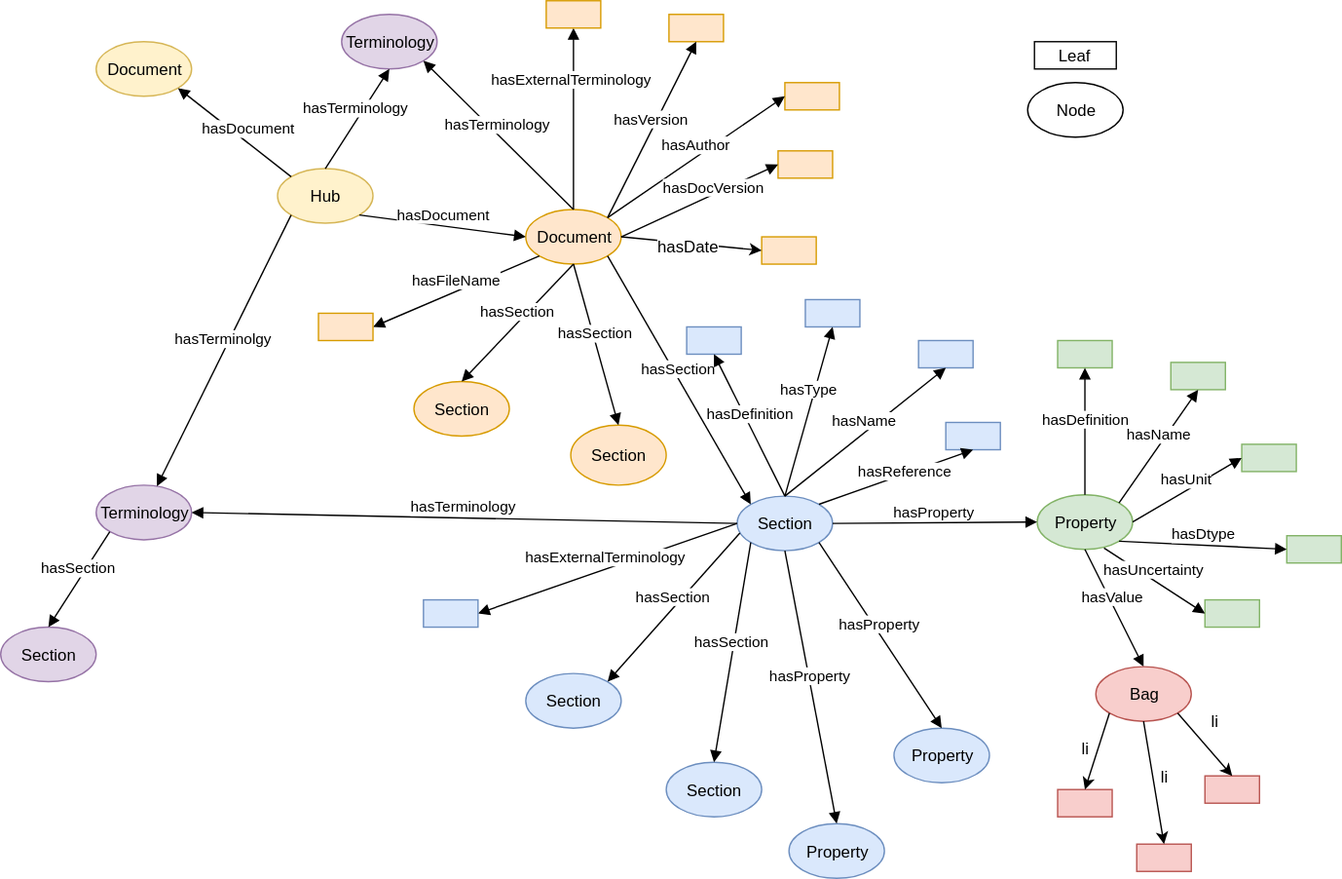
Earlier version of the draw.io export odML/flowcharts/odml_RDF_graph_wo_card.svg (mpsonntag/prodoc). Source tidied: cells renumbered, new cells last; positions are measured from the earlier drawing's top-left corner, leaving out a move shared by most shapes.
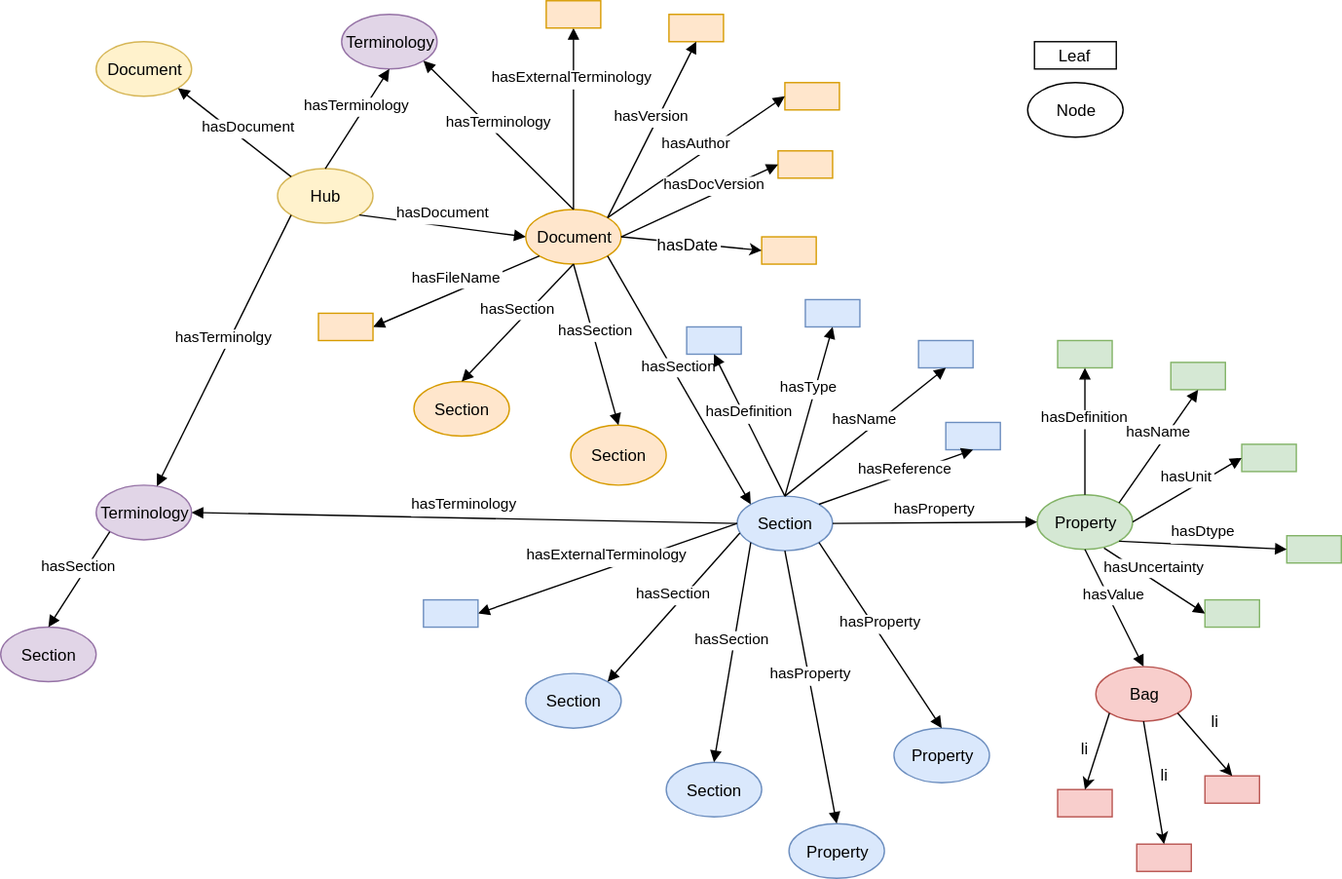
The same diagram one commit later.

Commit message:
[odml:2rdf] update wo card schema

What changed in the source:
```diff
@@ -74,10 +74,10 @@
     <mxCell id="25" style="html=1;fillColor=#d5e8d4;strokeColor=#82b366;" parent="1" vertex="1">
       <mxGeometry x="775" y="249" width="40" height="20" as="geometry" />
     </mxCell>
-    <mxCell id="26" value="hasDefinition" style="html=1;verticalAlign=bottom;endArrow=block;entryX=0.5;entryY=1;exitX=0.5;exitY=0;" parent="1" edge="1" source="12" target="25">
+    <mxCell id="26" value="hasDefinition" style="verticalAlign=bottom;endArrow=block;entryX=0.5;entryY=1;exitX=0.5;exitY=0;" parent="1" edge="1" source="12" target="25">
       <mxGeometry relative="1" as="geometry" />
     </mxCell>
-    <mxCell id="27" value="hasName" style="html=1;verticalAlign=bottom;endArrow=block;entryX=0.5;entryY=1;exitX=1;exitY=0;" parent="1" edge="1" source="12" target="24">
+    <mxCell id="27" value="hasName" style="verticalAlign=bottom;endArrow=block;entryX=0.5;entryY=1;exitX=1;exitY=0;" parent="1" edge="1" source="12" target="24">
       <mxGeometry relative="1" as="geometry" />
     </mxCell>
     <mxCell id="28" value="Leaf" style="html=1;" parent="1" vertex="1">
@@ -86,76 +86,76 @@
     <mxCell id="29" value="Node" style="ellipse;whiteSpace=wrap;html=1;" parent="1" vertex="1">
       <mxGeometry x="753" y="60" width="70" height="40" as="geometry" />
     </mxCell>
-    <mxCell id="30" value="hasValue" style="html=1;verticalAlign=bottom;endArrow=block;entryX=0.5;entryY=0;exitX=0.5;exitY=1;" parent="1" edge="1" source="12" target="57">
+    <mxCell id="30" value="hasValue" style="verticalAlign=bottom;endArrow=block;entryX=0.5;entryY=0;exitX=0.5;exitY=1;" parent="1" edge="1" source="12" target="57">
       <mxGeometry relative="1" as="geometry" />
     </mxCell>
-    <mxCell id="31" value="hasUnit" style="html=1;verticalAlign=bottom;endArrow=block;entryX=0;entryY=0.5;exitX=1;exitY=0.5;" parent="1" edge="1" source="12" target="15">
+    <mxCell id="31" value="hasUnit" style="verticalAlign=bottom;endArrow=block;entryX=0;entryY=0.5;exitX=1;exitY=0.5;" parent="1" edge="1" source="12" target="15">
       <mxGeometry relative="1" as="geometry" />
     </mxCell>
-    <mxCell id="32" value="hasUncertainty" style="html=1;verticalAlign=bottom;endArrow=block;exitX=0.7;exitY=0.975;entryX=0;entryY=0.5;exitPerimeter=0;fillColor=#ffffff;strokeColor=#000000;" parent="1" edge="1" source="12" target="16">
+    <mxCell id="32" value="hasUncertainty" style="verticalAlign=bottom;endArrow=block;exitX=0.7;exitY=0.975;entryX=0;entryY=0.5;exitPerimeter=0;fillColor=#ffffff;strokeColor=#000000;" parent="1" edge="1" source="12" target="16">
       <mxGeometry relative="1" as="geometry" />
     </mxCell>
-    <mxCell id="33" value="hasDtype" style="html=1;verticalAlign=bottom;endArrow=block;exitX=1;exitY=1;entryX=0;entryY=0.5;" parent="1" edge="1" source="12" target="17">
+    <mxCell id="33" value="hasDtype" style="verticalAlign=bottom;endArrow=block;exitX=1;exitY=1;entryX=0;entryY=0.5;" parent="1" edge="1" source="12" target="17">
       <mxGeometry relative="1" as="geometry" />
     </mxCell>
-    <mxCell id="34" value="hasProperty" style="html=1;verticalAlign=bottom;endArrow=block;exitX=1;exitY=1;entryX=0.5;entryY=0;" parent="1" edge="1" source="6" target="13">
+    <mxCell id="34" value="hasProperty" style="verticalAlign=bottom;endArrow=block;exitX=1;exitY=1;entryX=0.5;entryY=0;" parent="1" edge="1" source="6" target="13">
       <mxGeometry relative="1" as="geometry" />
     </mxCell>
-    <mxCell id="35" value="hasProperty" style="html=1;verticalAlign=bottom;endArrow=block;exitX=1;exitY=0.5;entryX=0;entryY=0.5;" parent="1" edge="1" source="6" target="12">
+    <mxCell id="35" value="hasProperty" style="verticalAlign=bottom;endArrow=block;exitX=1;exitY=0.5;entryX=0;entryY=0.5;" parent="1" edge="1" source="6" target="12">
       <mxGeometry relative="1" as="geometry" />
     </mxCell>
-    <mxCell id="36" value="hasProperty" style="html=1;verticalAlign=bottom;endArrow=block;exitX=0.5;exitY=1;entryX=0.5;entryY=0;" parent="1" edge="1" source="6" target="14">
+    <mxCell id="36" value="hasProperty" style="verticalAlign=bottom;endArrow=block;exitX=0.5;exitY=1;entryX=0.5;entryY=0;" parent="1" edge="1" source="6" target="14">
       <mxGeometry relative="1" as="geometry" />
     </mxCell>
-    <mxCell id="37" value="hasSection" style="html=1;verticalAlign=bottom;endArrow=block;exitX=0;exitY=1;entryX=0.5;entryY=0;" parent="1" edge="1" source="6" target="5">
+    <mxCell id="37" value="hasSection" style="verticalAlign=bottom;endArrow=block;exitX=0;exitY=1;entryX=0.5;entryY=0;" parent="1" edge="1" source="6" target="5">
       <mxGeometry relative="1" as="geometry" />
     </mxCell>
-    <mxCell id="38" value="hasSection" style="html=1;verticalAlign=bottom;endArrow=block;exitX=0.029;exitY=0.675;entryX=1;entryY=0;exitPerimeter=0;" parent="1" edge="1" source="6" target="11">
+    <mxCell id="38" value="hasSection" style="verticalAlign=bottom;endArrow=block;exitX=0.029;exitY=0.675;entryX=1;entryY=0;exitPerimeter=0;" parent="1" edge="1" source="6" target="11">
       <mxGeometry relative="1" as="geometry" />
     </mxCell>
-    <mxCell id="39" value="hasSection" style="html=1;verticalAlign=bottom;endArrow=block;exitX=1;exitY=1;entryX=0;entryY=0;" parent="1" edge="1" source="3" target="6">
+    <mxCell id="39" value="hasSection" style="verticalAlign=bottom;endArrow=block;exitX=1;exitY=1;entryX=0;entryY=0;" parent="1" edge="1" source="3" target="6">
       <mxGeometry relative="1" as="geometry" />
     </mxCell>
-    <mxCell id="40" value="hasSection" style="html=1;verticalAlign=bottom;endArrow=block;exitX=0.5;exitY=1;entryX=0.5;entryY=0;" parent="1" edge="1" source="3" target="7">
+    <mxCell id="40" value="hasSection" style="verticalAlign=bottom;endArrow=block;exitX=0.5;exitY=1;entryX=0.5;entryY=0;" parent="1" edge="1" source="3" target="7">
       <mxGeometry relative="1" as="geometry" />
     </mxCell>
-    <mxCell id="41" value="hasSection" style="html=1;verticalAlign=bottom;endArrow=block;exitX=0.5;exitY=1;entryX=0.5;entryY=0;" parent="1" edge="1" source="3" target="4">
+    <mxCell id="41" value="hasSection" style="verticalAlign=bottom;endArrow=block;exitX=0.5;exitY=1;entryX=0.5;entryY=0;" parent="1" edge="1" source="3" target="4">
       <mxGeometry relative="1" as="geometry" />
     </mxCell>
-    <mxCell id="42" value="hasDocument" style="html=1;verticalAlign=bottom;endArrow=block;exitX=1;exitY=1;entryX=0;entryY=0.5;" parent="1" edge="1" source="2" target="3">
+    <mxCell id="42" value="hasDocument" style="verticalAlign=bottom;endArrow=block;exitX=1;exitY=1;entryX=0;entryY=0.5;" parent="1" edge="1" source="2" target="3">
       <mxGeometry relative="1" as="geometry" />
     </mxCell>
-    <mxCell id="43" value="hasDocument" style="html=1;verticalAlign=bottom;endArrow=block;exitX=0;exitY=0;entryX=1;entryY=1;" parent="1" edge="1" source="2" target="9">
+    <mxCell id="43" value="hasDocument" style="verticalAlign=bottom;endArrow=block;exitX=0;exitY=0;entryX=1;entryY=1;" parent="1" edge="1" source="2" target="9">
       <mxGeometry x="-0.23" y="-2" relative="1" as="geometry" />
     </mxCell>
-    <mxCell id="44" value="hasTerminolgy" style="html=1;verticalAlign=bottom;endArrow=block;exitX=0;exitY=1;" parent="1" edge="1" source="2" target="10">
+    <mxCell id="44" value="hasTerminolgy" style="verticalAlign=bottom;endArrow=block;exitX=0;exitY=1;" parent="1" edge="1" source="2" target="10">
       <mxGeometry relative="1" as="geometry" />
     </mxCell>
-    <mxCell id="45" value="hasTerminology" style="html=1;verticalAlign=bottom;endArrow=block;exitX=0.5;exitY=0;entryX=0.5;entryY=1;" parent="1" edge="1" source="2" target="8">
+    <mxCell id="45" value="hasTerminology" style="verticalAlign=bottom;endArrow=block;exitX=0.5;exitY=0;entryX=0.5;entryY=1;" parent="1" edge="1" source="2" target="8">
       <mxGeometry relative="1" as="geometry" />
     </mxCell>
-    <mxCell id="46" value="hasVersion" style="html=1;verticalAlign=bottom;endArrow=block;entryX=0.5;entryY=1;exitX=1;exitY=0;" parent="1" edge="1" source="3" target="19">
+    <mxCell id="46" value="hasVersion" style="verticalAlign=bottom;endArrow=block;entryX=0.5;entryY=1;exitX=1;exitY=0;" parent="1" edge="1" source="3" target="19">
       <mxGeometry relative="1" as="geometry" />
     </mxCell>
-    <mxCell id="47" value="hasAuthor" style="html=1;verticalAlign=bottom;endArrow=block;entryX=0;entryY=0.5;exitX=1;exitY=0;" parent="1" edge="1" source="3" target="22">
+    <mxCell id="47" value="hasAuthor" style="verticalAlign=bottom;endArrow=block;entryX=0;entryY=0.5;exitX=1;exitY=0;" parent="1" edge="1" source="3" target="22">
       <mxGeometry relative="1" as="geometry" />
     </mxCell>
-    <mxCell id="48" value="hasDocVersion" style="html=1;verticalAlign=bottom;endArrow=block;entryX=0;entryY=0.5;exitX=1;exitY=0.5;" parent="1" edge="1" source="3" target="21">
+    <mxCell id="48" value="hasDocVersion" style="verticalAlign=bottom;endArrow=block;entryX=0;entryY=0.5;exitX=1;exitY=0.5;" parent="1" edge="1" source="3" target="21">
       <mxGeometry x="0.18" y="-3" relative="1" as="geometry" />
     </mxCell>
-    <mxCell id="49" value="hasTerminology" style="html=1;verticalAlign=bottom;endArrow=block;entryX=1;entryY=1;exitX=0.5;exitY=0;" parent="1" edge="1" source="3" target="8">
+    <mxCell id="49" value="hasTerminology" style="verticalAlign=bottom;endArrow=block;entryX=1;entryY=1;exitX=0.5;exitY=0;" parent="1" edge="1" source="3" target="8">
       <mxGeometry relative="1" as="geometry" />
     </mxCell>
-    <mxCell id="50" value="hasDefinition" style="html=1;verticalAlign=bottom;endArrow=block;entryX=0.5;entryY=1;exitX=0.5;exitY=0;" parent="1" edge="1" source="6" target="23">
+    <mxCell id="50" value="hasDefinition" style="verticalAlign=bottom;endArrow=block;entryX=0.5;entryY=1;exitX=0.5;exitY=0;" parent="1" edge="1" source="6" target="23">
       <mxGeometry relative="1" as="geometry" />
     </mxCell>
-    <mxCell id="51" value="hasType" style="html=1;verticalAlign=bottom;endArrow=block;entryX=0.5;entryY=1;exitX=0.5;exitY=0;" parent="1" edge="1" source="6" target="18">
+    <mxCell id="51" value="hasType" style="verticalAlign=bottom;endArrow=block;entryX=0.5;entryY=1;exitX=0.5;exitY=0;" parent="1" edge="1" source="6" target="18">
       <mxGeometry x="0.12" y="2" relative="1" as="geometry" />
     </mxCell>
-    <mxCell id="52" value="hasReference" style="html=1;verticalAlign=bottom;endArrow=block;entryX=0.5;entryY=1;exitX=1;exitY=0;" parent="1" edge="1" source="6" target="20">
+    <mxCell id="52" value="hasReference" style="verticalAlign=bottom;endArrow=block;entryX=0.5;entryY=1;exitX=1;exitY=0;" parent="1" edge="1" source="6" target="20">
       <mxGeometry x="0.08" y="-6" relative="1" as="geometry" />
     </mxCell>
-    <mxCell id="53" value="hasTerminology" style="html=1;verticalAlign=bottom;endArrow=block;entryX=1;entryY=0.5;exitX=0;exitY=0.5;" parent="1" edge="1" source="6" target="10">
+    <mxCell id="53" value="hasTerminology" style="verticalAlign=bottom;endArrow=block;entryX=1;entryY=0.5;exitX=0;exitY=0.5;" parent="1" edge="1" source="6" target="10">
       <mxGeometry relative="1" as="geometry" />
     </mxCell>
     <mxCell id="54" style="html=1;fillColor=#ffe6cc;strokeColor=#d79b00;" parent="1" vertex="1">
@@ -164,7 +164,7 @@
     <mxCell id="55" style="endArrow=classic;html=1;exitX=1;exitY=0.5;entryX=0;entryY=0.5;" parent="1" edge="1" source="3" target="54">
       <mxGeometry relative="1" as="geometry" />
     </mxCell>
-    <mxCell id="56" value="hasDate" style="text;html=1;align=center;verticalAlign=middle;labelBackgroundColor=#ffffff;" parent="55" vertex="1">
+    <mxCell id="56" value="hasDate" style="text;align=center;verticalAlign=middle;labelBackgroundColor=#ffffff;" parent="55" vertex="1">
       <mxGeometry x="0.44" y="-1" relative="1" as="geometry">
         <mxPoint x="-26" y="-2" as="offset" />
       </mxGeometry>
@@ -184,7 +184,7 @@
     <mxCell id="61" style="endArrow=classic;html=1;exitX=0;exitY=1;entryX=0.5;entryY=0;" parent="1" edge="1" source="57" target="58">
       <mxGeometry relative="1" as="geometry" />
     </mxCell>
-    <mxCell id="62" value="li" style="text;html=1;align=center;verticalAlign=middle;labelBackgroundColor=#ffffff;" parent="61" vertex="1">
+    <mxCell id="62" value="li" style="text;align=center;verticalAlign=middle;labelBackgroundColor=#ffffff;" parent="61" vertex="1">
       <mxGeometry x="0.34" y="3" relative="1" as="geometry">
         <mxPoint x="-9" y="-13" as="offset" />
       </mxGeometry>
@@ -192,7 +192,7 @@
     <mxCell id="63" style="endArrow=classic;html=1;exitX=0.5;exitY=1;entryX=0.5;entryY=0;" parent="1" edge="1" source="57" target="59">
       <mxGeometry relative="1" as="geometry" />
     </mxCell>
-    <mxCell id="64" value="li" style="text;html=1;align=center;verticalAlign=middle;labelBackgroundColor=#ffffff;" parent="63" vertex="1">
+    <mxCell id="64" value="li" style="text;align=center;verticalAlign=middle;labelBackgroundColor=#ffffff;" parent="63" vertex="1">
       <mxGeometry x="0.34" y="3" relative="1" as="geometry">
         <mxPoint x="2" y="-20" as="offset" />
       </mxGeometry>
@@ -200,7 +200,7 @@
     <mxCell id="65" style="endArrow=classic;html=1;exitX=1;exitY=1;entryX=0.5;entryY=0;" parent="1" edge="1" source="57" target="60">
       <mxGeometry relative="1" as="geometry" />
     </mxCell>
-    <mxCell id="66" value="li" style="text;html=1;align=center;verticalAlign=middle;labelBackgroundColor=#ffffff;" parent="65" vertex="1">
+    <mxCell id="66" value="li" style="text;align=center;verticalAlign=middle;labelBackgroundColor=#ffffff;" parent="65" vertex="1">
       <mxGeometry x="0.34" y="3" relative="1" as="geometry">
         <mxPoint x="-2" y="-23" as="offset" />
       </mxGeometry>
@@ -208,28 +208,28 @@
     <mxCell id="67" style="html=1;fillColor=#dae8fc;strokeColor=#6c8ebf;" parent="1" vertex="1">
       <mxGeometry x="673" y="249" width="40" height="20" as="geometry" />
     </mxCell>
-    <mxCell id="68" value="hasName" style="html=1;verticalAlign=bottom;endArrow=block;entryX=0.5;entryY=1;exitX=0.5;exitY=0;" parent="1" edge="1" source="6" target="67">
+    <mxCell id="68" value="hasName" style="verticalAlign=bottom;endArrow=block;entryX=0.5;entryY=1;exitX=0.5;exitY=0;" parent="1" edge="1" source="6" target="67">
       <mxGeometry relative="1" as="geometry" />
     </mxCell>
     <mxCell id="69" value="Section" style="ellipse;whiteSpace=wrap;html=1;fillColor=#e1d5e7;strokeColor=#9673a6;" parent="1" vertex="1">
       <mxGeometry y="459" width="70" height="40" as="geometry" />
     </mxCell>
-    <mxCell id="70" value="hasSection" style="html=1;verticalAlign=bottom;endArrow=block;exitX=0;exitY=1;entryX=0.5;entryY=0;" parent="1" edge="1" source="10" target="69">
+    <mxCell id="70" value="hasSection" style="verticalAlign=bottom;endArrow=block;exitX=0;exitY=1;entryX=0.5;entryY=0;" parent="1" edge="1" source="10" target="69">
       <mxGeometry relative="1" as="geometry" />
     </mxCell>
-    <mxCell id="71" value="hasExternalTerminology" style="html=1;verticalAlign=bottom;endArrow=block;exitX=0.5;exitY=0;entryX=0.5;entryY=1;" parent="1" edge="1" source="3" target="72">
+    <mxCell id="71" value="hasExternalTerminology" style="verticalAlign=bottom;endArrow=block;exitX=0.5;exitY=0;entryX=0.5;entryY=1;" parent="1" edge="1" source="3" target="72">
       <mxGeometry x="0.31" y="1" relative="1" as="geometry" />
     </mxCell>
     <mxCell id="72" style="html=1;fillColor=#ffe6cc;strokeColor=#d79b00;" parent="1" vertex="1">
       <mxGeometry x="400" width="40" height="20" as="geometry" />
     </mxCell>
-    <mxCell id="73" value="hasExternalTerminology" style="html=1;verticalAlign=bottom;endArrow=block;exitX=0;exitY=0.5;entryX=1;entryY=0.5;" parent="1" edge="1" source="6" target="74">
+    <mxCell id="73" value="hasExternalTerminology" style="verticalAlign=bottom;endArrow=block;exitX=0;exitY=0.5;entryX=1;entryY=0.5;" parent="1" edge="1" source="6" target="74">
       <mxGeometry relative="1" as="geometry" />
     </mxCell>
     <mxCell id="74" style="html=1;fillColor=#dae8fc;strokeColor=#6c8ebf;" parent="1" vertex="1">
       <mxGeometry x="310" y="439" width="40" height="20" as="geometry" />
     </mxCell>
-    <mxCell id="75" value="hasFileName" style="html=1;verticalAlign=bottom;endArrow=block;exitX=0;exitY=1;entryX=1;entryY=0.5;" parent="1" edge="1" source="3" target="76">
+    <mxCell id="75" value="hasFileName" style="verticalAlign=bottom;endArrow=block;exitX=0;exitY=1;entryX=1;entryY=0.5;" parent="1" edge="1" source="3" target="76">
       <mxGeometry relative="1" as="geometry" />
     </mxCell>
     <mxCell id="76" style="html=1;fillColor=#ffe6cc;strokeColor=#d79b00;" parent="1" vertex="1">
```
